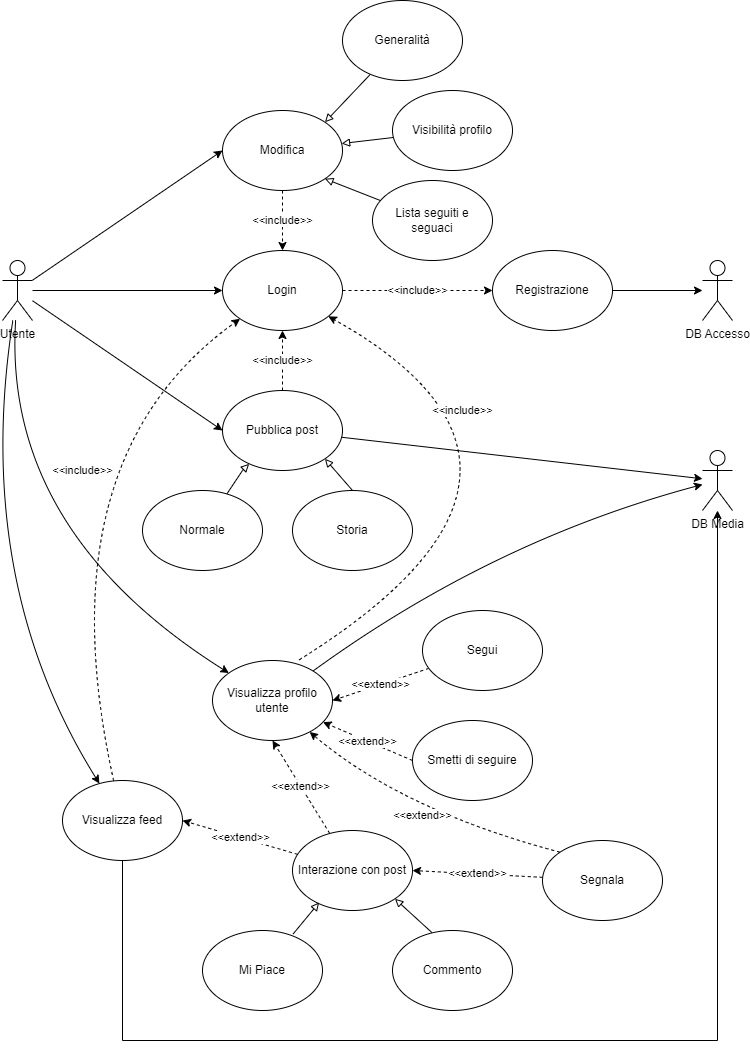
sergiostefanizzi/socialMicroservicesDocs keeps this draw.io diagram as docs/use_case_social_user.png. Above is the earlier version. Source tidied: cells renumbered, new cells last; positions are measured from the earlier drawing's top-left corner, leaving out a move shared by most shapes.
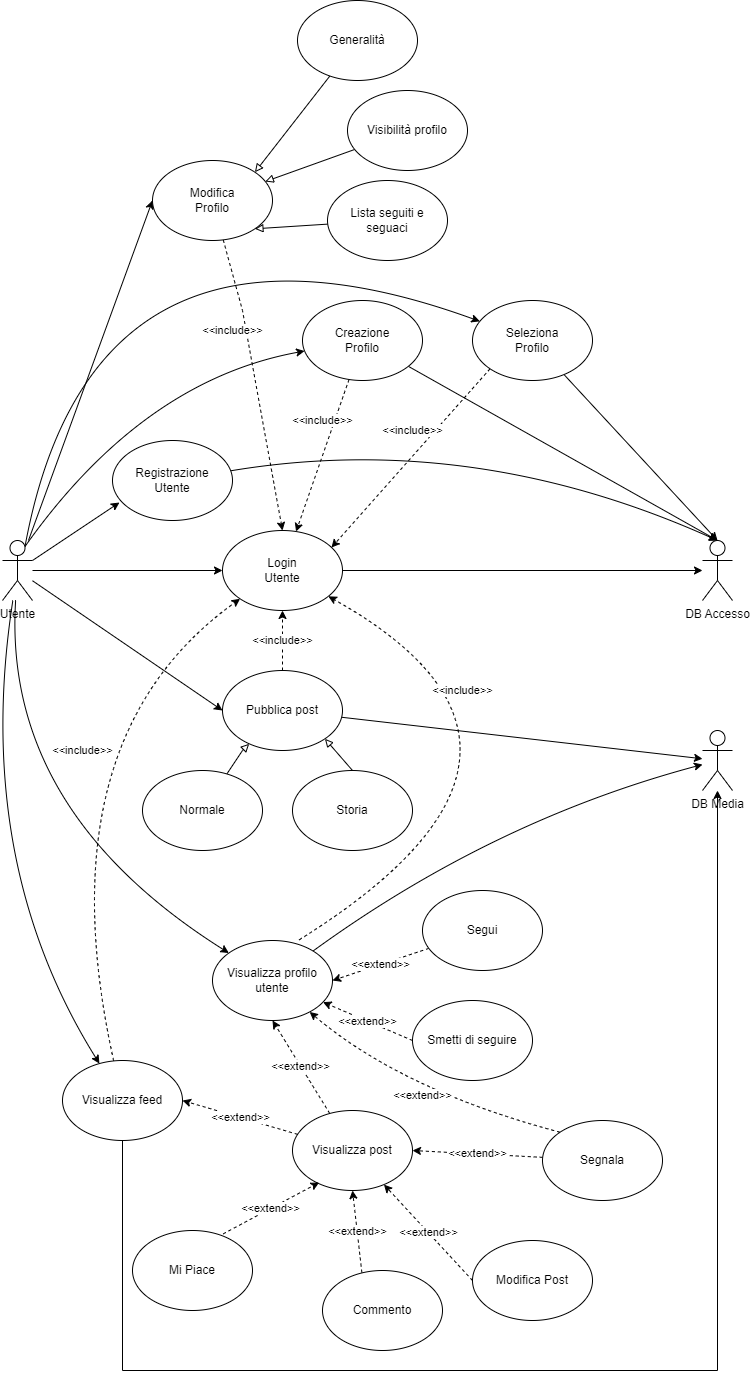
Later version of the same file.

Change to the diagram source:
```diff
@@ -25,47 +25,72 @@
         </Array>
       </mxGeometry>
     </mxCell>
+    <mxCell id="49" style="rounded=0;jettySize=auto;html=1;entryX=0.058;entryY=0.775;entryDx=0;entryDy=0;entryPerimeter=0;" parent="1" edge="1" source="7" target="11">
+      <mxGeometry relative="1" as="geometry" />
+    </mxCell>
+    <mxCell id="50" style="jettySize=auto;html=1;exitX=0.75;exitY=0.1;exitDx=0;exitDy=0;exitPerimeter=0;curved=1;" parent="1" edge="1" source="7" target="56">
+      <mxGeometry relative="1" as="geometry">
+        <Array as="points">
+          <mxPoint x="170" y="100" />
+        </Array>
+      </mxGeometry>
+    </mxCell>
+    <mxCell id="51" style="jettySize=auto;html=1;exitX=0.75;exitY=0.1;exitDx=0;exitDy=0;exitPerimeter=0;curved=1;" parent="1" edge="1" source="7" target="59">
+      <mxGeometry relative="1" as="geometry">
+        <Array as="points">
+          <mxPoint x="120" y="-100" />
+        </Array>
+      </mxGeometry>
+    </mxCell>
     <mxCell id="7" value="Utente" style="shape=umlActor;verticalLabelPosition=bottom;verticalAlign=top;html=1;outlineConnect=0;" parent="1" vertex="1">
       <mxGeometry x="30" y="260" width="30" height="60" as="geometry" />
     </mxCell>
-    <mxCell id="8" value="&amp;lt;&amp;lt;include&amp;gt;&amp;gt;" style="rounded=0;jettySize=auto;html=1;dashed=1;" parent="1" edge="1" source="9" target="11">
-      <mxGeometry relative="1" as="geometry" />
-    </mxCell>
+    <mxCell id="52" style="edgeStyle=orthogonalEdgeStyle;rounded=0;jettySize=auto;html=1;" parent="1" edge="1" source="9" target="12">
+      <mxGeometry relative="1" as="geometry" />
+    </mxCell>
-    <mxCell id="9" value="Login" style="ellipse;whiteSpace=wrap;html=1;" parent="1" vertex="1">
+    <mxCell id="9" value="Login&lt;br&gt;Utente" style="ellipse;whiteSpace=wrap;html=1;" parent="1" vertex="1">
       <mxGeometry x="250" y="250" width="120" height="80" as="geometry" />
     </mxCell>
-    <mxCell id="10" style="edgeStyle=orthogonalEdgeStyle;rounded=0;jettySize=auto;html=1;" parent="1" edge="1" source="11" target="12">
-      <mxGeometry relative="1" as="geometry" />
+    <mxCell id="10" style="jettySize=auto;html=1;entryX=0.5;entryY=0;entryDx=0;entryDy=0;entryPerimeter=0;curved=1;" parent="1" edge="1" source="11" target="12">
+      <mxGeometry relative="1" as="geometry">
+        <Array as="points">
+          <mxPoint x="500" y="150" />
+        </Array>
+      </mxGeometry>
     </mxCell>
-    <mxCell id="11" value="Registrazione" style="ellipse;whiteSpace=wrap;html=1;" parent="1" vertex="1">
-      <mxGeometry x="520" y="250" width="120" height="80" as="geometry" />
+    <mxCell id="11" value="Registrazione&lt;br&gt;Utente" style="ellipse;whiteSpace=wrap;html=1;" parent="1" vertex="1">
+      <mxGeometry x="140" y="160" width="120" height="80" as="geometry" />
     </mxCell>
     <mxCell id="12" value="DB Accesso" style="shape=umlActor;verticalLabelPosition=bottom;verticalAlign=top;html=1;outlineConnect=0;" parent="1" vertex="1">
       <mxGeometry x="730" y="260" width="30" height="60" as="geometry" />
     </mxCell>
-    <mxCell id="13" value="&amp;lt;&amp;lt;include&amp;gt;&amp;gt;" style="rounded=0;jettySize=auto;html=1;entryX=0.5;entryY=0;entryDx=0;entryDy=0;dashed=1;" parent="1" edge="1" source="14" target="9">
-      <mxGeometry relative="1" as="geometry" />
+    <mxCell id="13" value="&amp;lt;&amp;lt;include&amp;gt;&amp;gt;" style="rounded=0;jettySize=auto;html=1;dashed=1;entryX=0.5;entryY=0;entryDx=0;entryDy=0;" parent="1" edge="1" source="14" target="9">
+      <mxGeometry x="-0.39" y="-13" relative="1" as="geometry">
+        <Array as="points">
+          <mxPoint x="270" y="30" />
+        </Array>
+      </mxGeometry>
     </mxCell>
-    <mxCell id="14" value="Modifica" style="ellipse;whiteSpace=wrap;html=1;" parent="1" vertex="1">
-      <mxGeometry x="250" y="110" width="120" height="80" as="geometry" />
+    <mxCell id="14" value="Modifica&lt;br&gt;Profilo" style="ellipse;whiteSpace=wrap;html=1;" parent="1" vertex="1">
+      <mxGeometry x="180" y="-120" width="120" height="80" as="geometry" />
     </mxCell>
     <mxCell id="15" style="rounded=0;jettySize=auto;html=1;entryX=1;entryY=0;entryDx=0;entryDy=0;endArrow=block;endFill=0;" parent="1" edge="1" source="16" target="14">
       <mxGeometry relative="1" as="geometry" />
     </mxCell>
     <mxCell id="16" value="Generalità" style="ellipse;whiteSpace=wrap;html=1;" parent="1" vertex="1">
-      <mxGeometry x="370" width="120" height="80" as="geometry" />
+      <mxGeometry x="325" y="-280" width="120" height="80" as="geometry" />
     </mxCell>
     <mxCell id="17" style="rounded=0;jettySize=auto;html=1;endArrow=block;endFill=0;" parent="1" edge="1" source="18" target="14">
       <mxGeometry relative="1" as="geometry" />
     </mxCell>
     <mxCell id="18" value="Visibilità profilo" style="ellipse;whiteSpace=wrap;html=1;" parent="1" vertex="1">
-      <mxGeometry x="420" y="90" width="120" height="80" as="geometry" />
+      <mxGeometry x="375" y="-190" width="120" height="80" as="geometry" />
     </mxCell>
     <mxCell id="19" style="rounded=0;jettySize=auto;html=1;entryX=1;entryY=1;entryDx=0;entryDy=0;endArrow=block;endFill=0;" parent="1" edge="1" source="20" target="14">
       <mxGeometry relative="1" as="geometry" />
     </mxCell>
     <mxCell id="20" value="Lista seguiti e seguaci" style="ellipse;whiteSpace=wrap;html=1;" parent="1" vertex="1">
-      <mxGeometry x="400" y="180" width="120" height="80" as="geometry" />
+      <mxGeometry x="355" y="-100" width="120" height="80" as="geometry" />
     </mxCell>
     <mxCell id="21" value="&amp;lt;&amp;lt;include&amp;gt;&amp;gt;" style="rounded=0;jettySize=auto;html=1;entryX=0.5;entryY=1;entryDx=0;entryDy=0;dashed=1;" parent="1" edge="1" source="23" target="9">
       <mxGeometry relative="1" as="geometry" />
@@ -134,8 +159,8 @@
     <mxCell id="37" style="edgeStyle=orthogonalEdgeStyle;rounded=0;jettySize=auto;html=1;" parent="1" edge="1" source="38" target="28">
       <mxGeometry relative="1" as="geometry">
         <Array as="points">
-          <mxPoint x="150" y="1040" />
-          <mxPoint x="745" y="1040" />
+          <mxPoint x="150" y="1090" />
+          <mxPoint x="745" y="1090" />
         </Array>
       </mxGeometry>
     </mxCell>
@@ -148,20 +173,20 @@
     <mxCell id="40" value="&amp;lt;&amp;lt;extend&amp;gt;&amp;gt;" style="rounded=0;jettySize=auto;html=1;entryX=0.5;entryY=1;entryDx=0;entryDy=0;dashed=1;" parent="1" edge="1" source="41" target="30">
       <mxGeometry relative="1" as="geometry" />
     </mxCell>
-    <mxCell id="41" value="Interazione con post" style="ellipse;whiteSpace=wrap;html=1;" parent="1" vertex="1">
+    <mxCell id="41" value="Visualizza post" style="ellipse;whiteSpace=wrap;html=1;" parent="1" vertex="1">
       <mxGeometry x="320" y="830" width="120" height="80" as="geometry" />
     </mxCell>
-    <mxCell id="42" style="rounded=0;jettySize=auto;html=1;exitX=0.756;exitY=0.042;exitDx=0;exitDy=0;entryX=0.222;entryY=0.9;entryDx=0;entryDy=0;entryPerimeter=0;strokeColor=default;endArrow=block;endFill=0;exitPerimeter=0;" parent="1" edge="1" source="43" target="41">
+    <mxCell id="42" value="&amp;lt;&amp;lt;extend&amp;gt;&amp;gt;" style="rounded=0;jettySize=auto;html=1;exitX=0.756;exitY=0.042;exitDx=0;exitDy=0;entryX=0.222;entryY=0.9;entryDx=0;entryDy=0;entryPerimeter=0;strokeColor=default;endArrow=classic;endFill=1;exitPerimeter=0;dashed=1;" parent="1" edge="1" source="43" target="41">
       <mxGeometry relative="1" as="geometry" />
     </mxCell>
     <mxCell id="43" value="Mi Piace" style="ellipse;whiteSpace=wrap;html=1;" parent="1" vertex="1">
-      <mxGeometry x="230" y="930" width="120" height="80" as="geometry" />
+      <mxGeometry x="160" y="950" width="120" height="80" as="geometry" />
     </mxCell>
-    <mxCell id="44" style="rounded=0;jettySize=auto;html=1;exitX=0.328;exitY=0.025;exitDx=0;exitDy=0;entryX=1;entryY=1;entryDx=0;entryDy=0;endArrow=block;endFill=0;exitPerimeter=0;" parent="1" edge="1" source="45" target="41">
+    <mxCell id="44" value="&amp;lt;&amp;lt;extend&amp;gt;&amp;gt;" style="rounded=0;jettySize=auto;html=1;exitX=0.328;exitY=0.025;exitDx=0;exitDy=0;entryX=0.5;entryY=1;entryDx=0;entryDy=0;endArrow=classic;endFill=1;exitPerimeter=0;dashed=1;" parent="1" edge="1" source="45" target="41">
       <mxGeometry relative="1" as="geometry" />
     </mxCell>
     <mxCell id="45" value="Commento" style="ellipse;whiteSpace=wrap;html=1;" parent="1" vertex="1">
-      <mxGeometry x="420" y="930" width="120" height="80" as="geometry" />
+      <mxGeometry x="350" y="990" width="120" height="80" as="geometry" />
     </mxCell>
     <mxCell id="46" value="&amp;lt;&amp;lt;extend&amp;gt;&amp;gt;" style="rounded=0;jettySize=auto;html=1;entryX=1;entryY=0.5;entryDx=0;entryDy=0;dashed=1;" parent="1" edge="1" source="48" target="41">
       <mxGeometry relative="1" as="geometry" />
@@ -176,5 +201,31 @@
     <mxCell id="48" value="Segnala" style="ellipse;whiteSpace=wrap;html=1;" parent="1" vertex="1">
       <mxGeometry x="570" y="840" width="120" height="80" as="geometry" />
     </mxCell>
+    <mxCell id="53" value="&amp;lt;&amp;lt;extend&amp;gt;&amp;gt;" style="rounded=0;jettySize=auto;html=1;exitX=0;exitY=0.5;exitDx=0;exitDy=0;dashed=1;" parent="1" edge="1" source="54" target="41">
+      <mxGeometry relative="1" as="geometry" />
+    </mxCell>
+    <mxCell id="54" value="Modifica Post" style="ellipse;whiteSpace=wrap;html=1;" parent="1" vertex="1">
+      <mxGeometry x="500" y="960" width="120" height="80" as="geometry" />
+    </mxCell>
+    <mxCell id="55" style="rounded=0;jettySize=auto;html=1;entryX=0.5;entryY=0;entryDx=0;entryDy=0;entryPerimeter=0;" parent="1" edge="1" source="56" target="12">
+      <mxGeometry relative="1" as="geometry" />
+    </mxCell>
+    <mxCell id="8" value="&amp;lt;&amp;lt;include&amp;gt;&amp;gt;" style="rounded=0;jettySize=auto;html=1;dashed=1;" parent="1" edge="1" source="56" target="9">
+      <mxGeometry x="-0.41" y="-12" relative="1" as="geometry">
+        <mxPoint y="1" as="offset" />
+      </mxGeometry>
+    </mxCell>
+    <mxCell id="56" value="Creazione&lt;br&gt;Profilo" style="ellipse;whiteSpace=wrap;html=1;" parent="1" vertex="1">
+      <mxGeometry x="330" y="20" width="120" height="80" as="geometry" />
+    </mxCell>
+    <mxCell id="57" style="rounded=0;jettySize=auto;html=1;entryX=0.5;entryY=0;entryDx=0;entryDy=0;entryPerimeter=0;" parent="1" edge="1" source="59" target="12">
+      <mxGeometry relative="1" as="geometry" />
+    </mxCell>
+    <mxCell id="58" value="&amp;lt;&amp;lt;include&amp;gt;&amp;gt;" style="rounded=0;jettySize=auto;html=1;exitX=0;exitY=1;exitDx=0;exitDy=0;entryX=0.908;entryY=0.213;entryDx=0;entryDy=0;entryPerimeter=0;dashed=1;" parent="1" edge="1" source="59" target="9">
+      <mxGeometry x="-0.18" y="-17" relative="1" as="geometry" />
+    </mxCell>
+    <mxCell id="59" value="Seleziona&lt;br&gt;Profilo" style="ellipse;whiteSpace=wrap;html=1;" parent="1" vertex="1">
+      <mxGeometry x="500" y="20" width="120" height="80" as="geometry" />
+    </mxCell>
   </root>
 </mxGraphModel>
```
